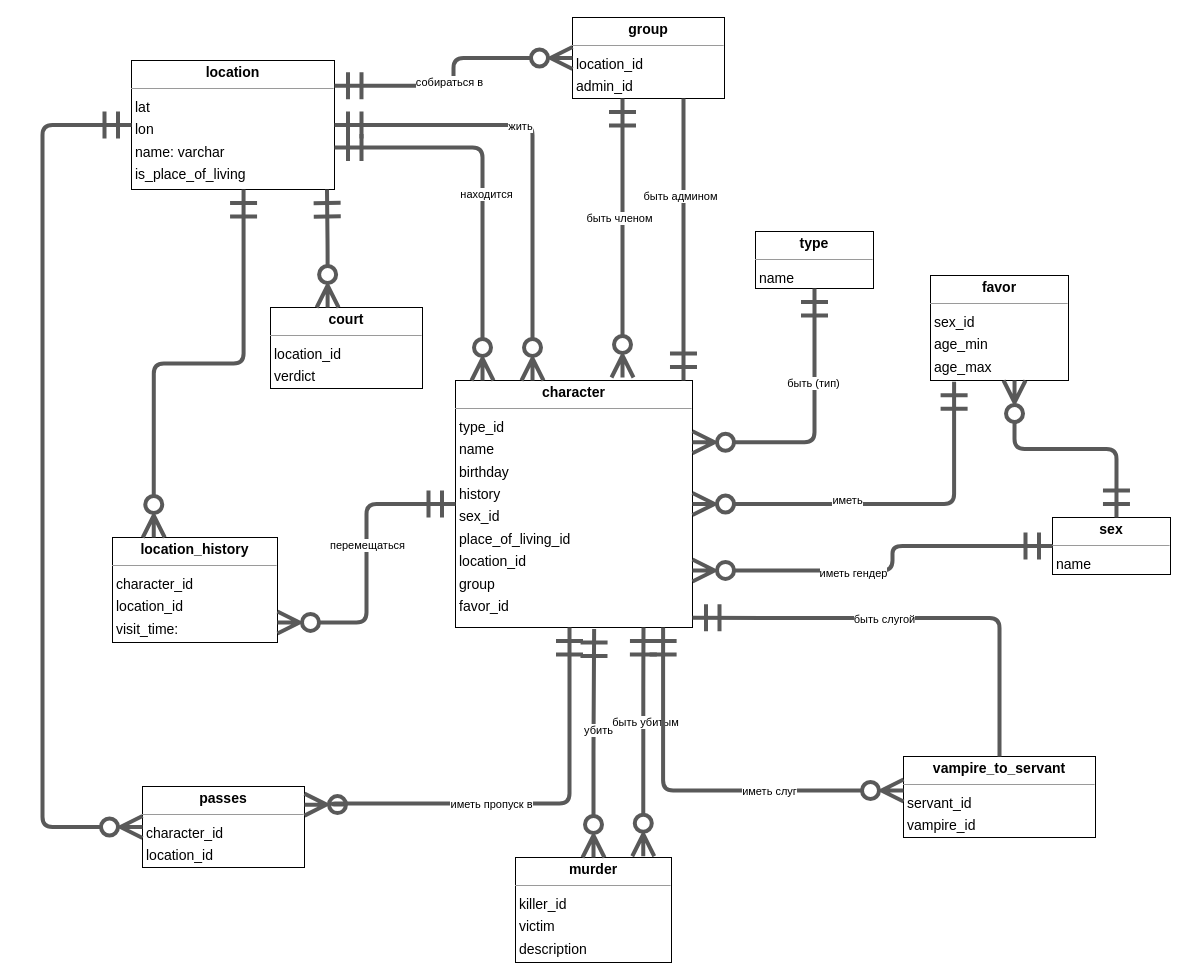
Earlier version of the draw.io diagram ИМ.drawio (PEA-bHblE-Pb-P/course_work). Source tidied: cells renumbered, new cells numbered last; positions are measured from the earlier drawing's top-left corner, leaving out a move shared by most shapes. Both pictures are drawn from the tidied source at 100%, with x=0, y=0 at pixel (42, 17).
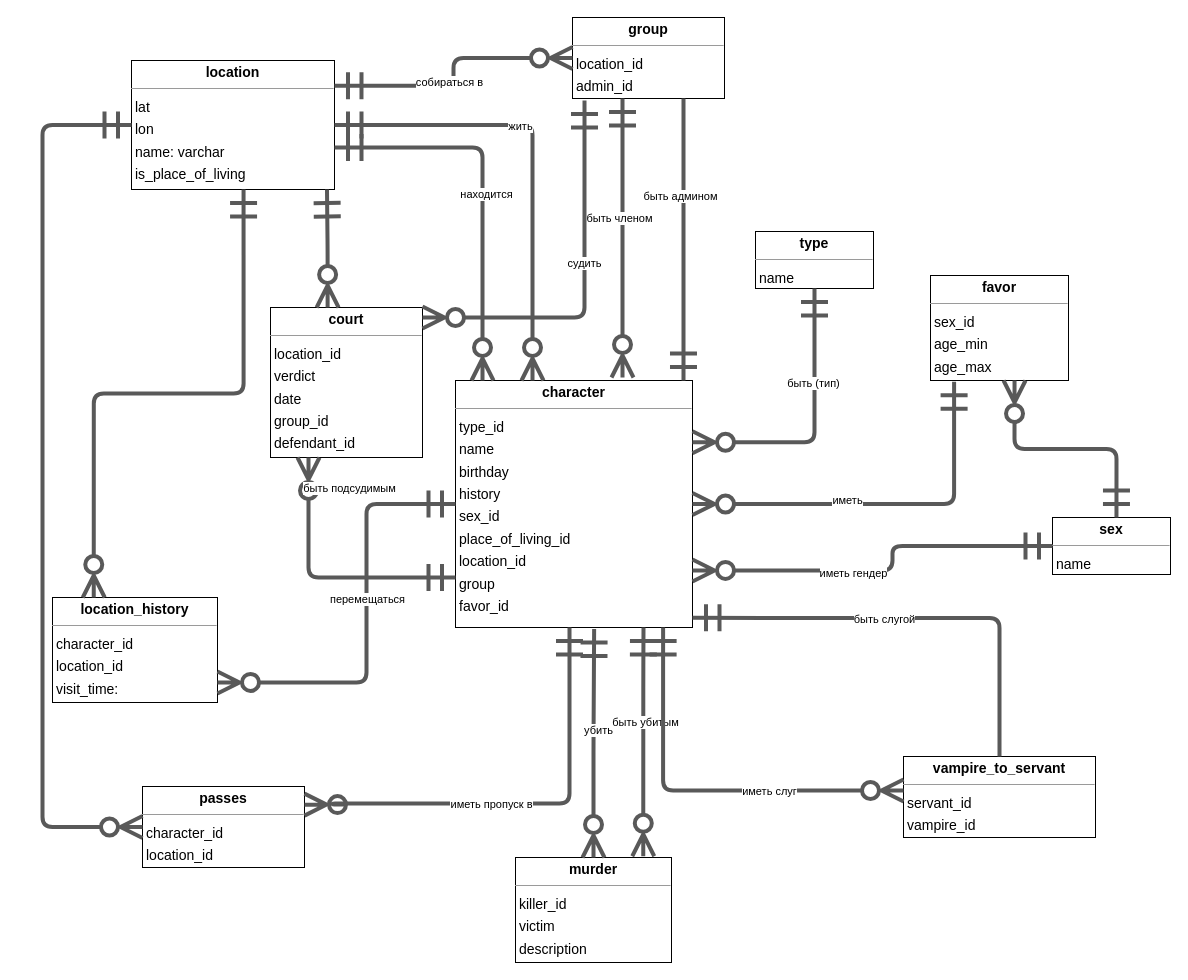
The same page after the edit.

Unchanged cells that the change refers to:
```xml
<mxCell id="2" value="&lt;p style=&quot;margin:0px;margin-top:4px;text-align:center;&quot;&gt;&lt;b&gt;character&lt;/b&gt;&lt;/p&gt;&lt;hr size=&quot;1&quot;&gt;&lt;p style=&quot;margin:0 0 0 4px;line-height:1.6;&quot;&gt; type_id&lt;br&gt; name  &lt;br&gt; birthday  &lt;br&gt; history&lt;br&gt; sex_id&lt;br&gt; place_of_living_id&lt;br&gt; location_id&lt;br&gt; group&lt;br&gt; favor_id  &lt;/p&gt;" style="verticalAlign=top;align=left;overflow=fill;fontSize=14;fontFamily=Helvetica;html=1;rounded=0;shadow=0;comic=0;labelBackgroundColor=none;strokeWidth=1;" parent="1" vertex="1">
  <mxGeometry x="413" y="363" width="237" height="247" as="geometry" />
</mxCell>
<mxCell id="5" value="&lt;p style=&quot;margin:0px;margin-top:4px;text-align:center;&quot;&gt;&lt;b&gt;group&lt;/b&gt;&lt;/p&gt;&lt;hr size=&quot;1&quot;&gt;&lt;p style=&quot;margin:0 0 0 4px;line-height:1.6;&quot;&gt; location_id&lt;br&gt; admin_id   &lt;/p&gt;" style="verticalAlign=top;align=left;overflow=fill;fontSize=14;fontFamily=Helvetica;html=1;rounded=0;shadow=0;comic=0;labelBackgroundColor=none;strokeWidth=1;" parent="1" vertex="1">
  <mxGeometry x="530" width="152" height="81" as="geometry" />
</mxCell>
```

What changed in the source:
```diff
@@
-    <mxCell id="3" value="&lt;p style=&quot;margin:0px;margin-top:4px;text-align:center;&quot;&gt;&lt;b&gt;court&lt;/b&gt;&lt;/p&gt;&lt;hr size=&quot;1&quot;&gt;&lt;p style=&quot;margin:0 0 0 4px;line-height:1.6;&quot;&gt; location_id &lt;br&gt; verdict  &lt;br&gt;&lt;/p&gt;" style="verticalAlign=top;align=left;overflow=fill;fontSize=14;fontFamily=Helvetica;html=1;rounded=0;shadow=0;comic=0;labelBackgroundColor=none;strokeWidth=1;" parent="1" vertex="1">
-      <mxGeometry x="228" y="290" width="152" height="81" as="geometry" />
+    <mxCell id="3" value="&lt;p style=&quot;margin: 0px ; margin-top: 4px ; text-align: center&quot;&gt;&lt;b&gt;court&lt;/b&gt;&lt;/p&gt;&lt;hr size=&quot;1&quot;&gt;&lt;p style=&quot;margin: 0 0 0 4px ; line-height: 1.6&quot;&gt; location_id &lt;br&gt; verdict &lt;br&gt;&lt;/p&gt;&lt;p style=&quot;margin: 0 0 0 4px ; line-height: 1.6&quot;&gt;date &lt;br&gt;group_id&lt;br&gt;defendant_id&lt;br&gt;&lt;/p&gt;" style="verticalAlign=top;align=left;overflow=fill;fontSize=14;fontFamily=Helvetica;html=1;rounded=0;shadow=0;comic=0;labelBackgroundColor=none;strokeWidth=1;" parent="1" vertex="1">
+      <mxGeometry x="228" y="290" width="152" height="150" as="geometry" />
     </mxCell>
@@
     <mxCell id="7" value="&lt;p style=&quot;margin:0px;margin-top:4px;text-align:center;&quot;&gt;&lt;b&gt;location_history&lt;/b&gt;&lt;/p&gt;&lt;hr size=&quot;1&quot;&gt;&lt;p style=&quot;margin:0 0 0 4px;line-height:1.6;&quot;&gt; character_id&lt;br&gt; location_id   &lt;br&gt; visit_time: &lt;br&gt;&lt;/p&gt;" style="verticalAlign=top;align=left;overflow=fill;fontSize=14;fontFamily=Helvetica;html=1;rounded=0;shadow=0;comic=0;labelBackgroundColor=none;strokeWidth=1;" parent="1" vertex="1">
-      <mxGeometry x="70" y="520" width="165" height="105" as="geometry" />
+      <mxGeometry x="10" y="580" width="165" height="105" as="geometry" />
     </mxCell>
@@
     <mxCell id="31" style="html=1;rounded=1;edgeStyle=orthogonalEdgeStyle;dashed=0;startArrow=ERzeroToMany;endArrow=ERmandOne;endSize=22;strokeColor=#595959;exitX=1.000;exitY=0.809;exitDx=0;exitDy=0;entryX=0.000;entryY=0.500;entryDx=0;entryDy=0;startFill=0;startSize=17;endFill=0;strokeWidth=4;" parent="1" edge="1" source="7" target="2">
-      <mxGeometry relative="1" as="geometry" />
+      <mxGeometry relative="1" as="geometry">
+        <Array as="points">
+          <mxPoint x="324" y="665" />
+          <mxPoint x="324" y="487" />
+        </Array>
+      </mxGeometry>
     </mxCell>
     <mxCell id="32" value="перемещаться" style="edgeLabel;html=1;align=center;verticalAlign=middle;" parent="31" vertex="1">
-      <mxGeometry x="0.12" relative="1" as="geometry" />
+      <mxGeometry x="0.12" relative="1" as="geometry">
+        <mxPoint y="1" as="offset" />
+      </mxGeometry>
     </mxCell>
@@
+    <mxCell id="45" style="html=1;rounded=1;edgeStyle=orthogonalEdgeStyle;dashed=0;startArrow=ERzeroToMany;endArrow=ERmandOne;endSize=22;strokeColor=#595959;startFill=0;startSize=17;endFill=0;strokeWidth=4;exitX=0.25;exitY=1;exitDx=0;exitDy=0;" parent="1" edge="1" source="3" target="2">
+      <mxGeometry relative="1" as="geometry">
+        <Array as="points">
+          <mxPoint x="266" y="560" />
+        </Array>
+      </mxGeometry>
+    </mxCell>
+    <mxCell id="46" value="быть подсудимым" style="edgeLabel;html=1;align=center;verticalAlign=middle;" parent="45" vertex="1">
+      <mxGeometry x="0.14" y="1" relative="1" as="geometry">
+        <mxPoint x="8" y="-89" as="offset" />
+      </mxGeometry>
+    </mxCell>
+    <mxCell id="47" style="html=1;rounded=1;edgeStyle=orthogonalEdgeStyle;dashed=0;startArrow=ERzeroToMany;endArrow=ERmandOne;endSize=22;strokeColor=#595959;startFill=0;startSize=17;endFill=0;strokeWidth=4;entryX=0.079;entryY=1.025;entryDx=0;entryDy=0;entryPerimeter=0;" parent="1" edge="1" target="5">
+      <mxGeometry relative="1" as="geometry">
+        <mxPoint x="380" y="300" as="sourcePoint" />
+        <Array as="points">
+          <mxPoint x="542" y="300" />
+        </Array>
+      </mxGeometry>
+    </mxCell>
+    <mxCell id="48" value="судить" style="edgeLabel;html=1;align=center;verticalAlign=middle;" parent="47" vertex="1">
+      <mxGeometry x="0.14" y="1" relative="1" as="geometry" />
+    </mxCell>
```
